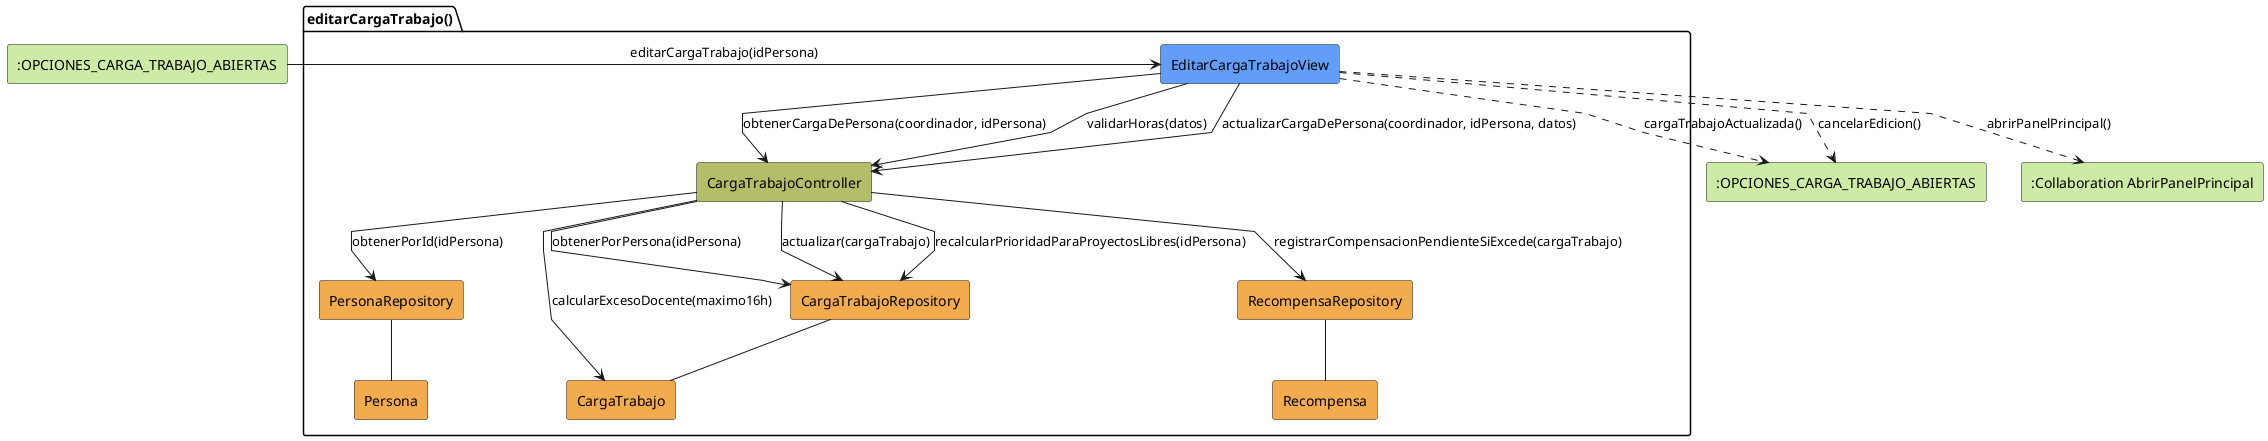
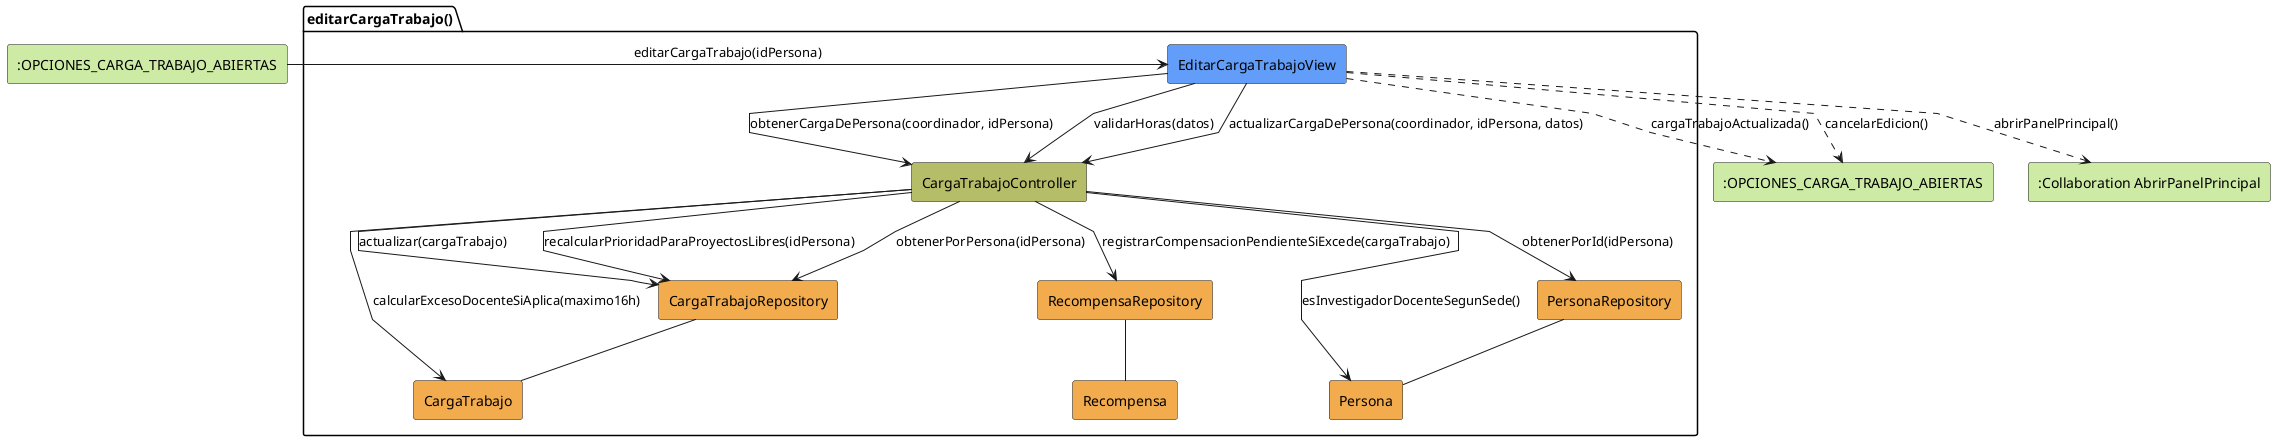
@startuml editarCargaTrabajo-analisis
skinparam linetype polyline

rectangle #CDEBA5 ":OPCIONES_CARGA_TRABAJO_ABIERTAS" as EstadoEntrada
package editarCargaTrabajo as "editarCargaTrabajo()" {
    rectangle #629EF9 EditarCargaTrabajoView
    rectangle #b5bd68 CargaTrabajoController
    rectangle #F2AC4E CargaTrabajoRepository
    rectangle #F2AC4E PersonaRepository
    rectangle #F2AC4E RecompensaRepository
    rectangle #F2AC4E CargaTrabajo
    rectangle #F2AC4E Persona
    rectangle #F2AC4E Recompensa
}

rectangle #CDEBA5 ":OPCIONES_CARGA_TRABAJO_ABIERTAS" as EstadoSalida
rectangle #CDEBA5 ":Collaboration AbrirPanelPrincipal" as AbrirPanelPrincipal

EstadoEntrada -r-> EditarCargaTrabajoView: editarCargaTrabajo(idPersona)

EditarCargaTrabajoView -d-> CargaTrabajoController: obtenerCargaDePersona(coordinador, idPersona)
EditarCargaTrabajoView --> CargaTrabajoController: validarHoras(datos)
EditarCargaTrabajoView --> CargaTrabajoController: actualizarCargaDePersona(coordinador, idPersona, datos)
CargaTrabajoController --> PersonaRepository: obtenerPorId(idPersona)
CargaTrabajoController --> CargaTrabajoRepository: obtenerPorPersona(idPersona)
- CargaTrabajoController --> CargaTrabajo: calcularExcesoDocente(maximo16h)
+ CargaTrabajoController --> Persona: esInvestigadorDocenteSegunSede()
+ CargaTrabajoController --> CargaTrabajo: calcularExcesoDocenteSiAplica(maximo16h)
CargaTrabajoController --> CargaTrabajoRepository: actualizar(cargaTrabajo)
CargaTrabajoController --> CargaTrabajoRepository: recalcularPrioridadParaProyectosLibres(idPersona)
CargaTrabajoController --> RecompensaRepository: registrarCompensacionPendienteSiExcede(cargaTrabajo)
PersonaRepository -- Persona
CargaTrabajoRepository -- CargaTrabajo
RecompensaRepository -- Recompensa
EditarCargaTrabajoView ..> EstadoSalida: cargaTrabajoActualizada()
EditarCargaTrabajoView ..> EstadoSalida: cancelarEdicion()
EditarCargaTrabajoView ..> AbrirPanelPrincipal: abrirPanelPrincipal()

@enduml
